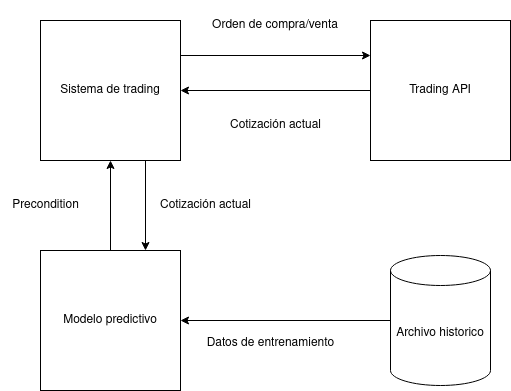
LeoCenturion/ceia-tpf keeps this draw.io diagram as docs/project/template/Figuras/bloques-tp-final.drawio.png. Above is the earlier version. Source tidied: cells renumbered, new cells last; positions are measured from the earlier drawing's top-left corner, leaving out a move shared by most shapes. The source it was exported from:
```xml
<mxGraphModel>
  <root>
    <mxCell id="0" />
    <mxCell id="1" parent="0" />
    <mxCell id="2" style="edgeStyle=orthogonalEdgeStyle;rounded=0;jettySize=auto;html=1;" parent="1" edge="1" source="3" target="6">
      <mxGeometry relative="1" as="geometry" />
    </mxCell>
    <mxCell id="3" value="Trading API" style="whiteSpace=wrap;html=1;" parent="1" vertex="1">
      <mxGeometry x="370" y="20" width="140" height="140" as="geometry" />
    </mxCell>
    <mxCell id="4" style="edgeStyle=orthogonalEdgeStyle;rounded=0;jettySize=auto;html=1;exitX=1;exitY=0.25;exitDx=0;exitDy=0;entryX=0;entryY=0.25;entryDx=0;entryDy=0;" parent="1" edge="1" source="6" target="3">
      <mxGeometry relative="1" as="geometry" />
    </mxCell>
    <mxCell id="5" style="edgeStyle=orthogonalEdgeStyle;rounded=0;jettySize=auto;html=1;exitX=0.75;exitY=1;exitDx=0;exitDy=0;entryX=0.75;entryY=0;entryDx=0;entryDy=0;" parent="1" edge="1" source="6" target="8">
      <mxGeometry relative="1" as="geometry" />
    </mxCell>
    <mxCell id="6" value="Sistema de trading" style="whiteSpace=wrap;html=1;" parent="1" vertex="1">
      <mxGeometry x="40" y="20" width="140" height="140" as="geometry" />
    </mxCell>
    <mxCell id="7" style="edgeStyle=orthogonalEdgeStyle;rounded=0;jettySize=auto;html=1;entryX=0.5;entryY=1;entryDx=0;entryDy=0;" parent="1" edge="1" source="8" target="6">
      <mxGeometry relative="1" as="geometry" />
    </mxCell>
    <mxCell id="8" value="Modelo predictivo" style="whiteSpace=wrap;html=1;" parent="1" vertex="1">
      <mxGeometry x="40" y="250" width="140" height="140" as="geometry" />
    </mxCell>
    <mxCell id="9" value="Orden de compra/venta" style="text;html=1;align=center;verticalAlign=middle;whiteSpace=wrap;rounded=0;" parent="1" vertex="1">
      <mxGeometry x="210" width="130" height="50" as="geometry" />
    </mxCell>
    <mxCell id="10" value="Cotización actual" style="text;html=1;align=center;verticalAlign=middle;strokeColor=none;fillColor=none;" parent="1" vertex="1">
      <mxGeometry x="220" y="110" width="110" height="30" as="geometry" />
    </mxCell>
    <mxCell id="11" value="Cotización actual" style="text;html=1;align=center;verticalAlign=middle;strokeColor=none;fillColor=none;" parent="1" vertex="1">
      <mxGeometry x="150" y="190" width="110" height="30" as="geometry" />
    </mxCell>
    <mxCell id="12" value="Precondition" style="text;html=1;align=center;verticalAlign=middle;strokeColor=none;fillColor=none;" parent="1" vertex="1">
      <mxGeometry y="190" width="90" height="30" as="geometry" />
    </mxCell>
    <mxCell id="13" style="edgeStyle=orthogonalEdgeStyle;rounded=0;jettySize=auto;html=1;" parent="1" edge="1" source="14" target="8">
      <mxGeometry relative="1" as="geometry" />
    </mxCell>
    <mxCell id="14" value="Archivo historico" style="shape=cylinder3;whiteSpace=wrap;html=1;boundedLbl=1;backgroundOutline=1;size=15;" parent="1" vertex="1">
      <mxGeometry x="390" y="255" width="100" height="130" as="geometry" />
    </mxCell>
    <mxCell id="15" value="Datos de entrenamiento" style="text;html=1;align=center;verticalAlign=middle;strokeColor=none;fillColor=none;" parent="1" vertex="1">
      <mxGeometry x="195" y="328" width="150" height="30" as="geometry" />
    </mxCell>
  </root>
</mxGraphModel>
```
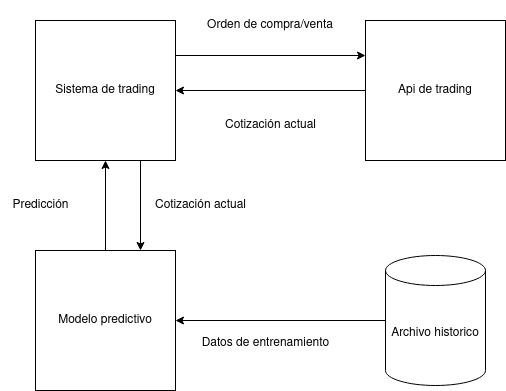
After the change.

Change to the diagram source:
```diff
@@ -5,7 +5,7 @@
     <mxCell id="2" style="edgeStyle=orthogonalEdgeStyle;rounded=0;jettySize=auto;html=1;" parent="1" edge="1" source="3" target="6">
       <mxGeometry relative="1" as="geometry" />
     </mxCell>
-    <mxCell id="3" value="Trading API" style="whiteSpace=wrap;html=1;" parent="1" vertex="1">
+    <mxCell id="3" value="Api de trading" style="whiteSpace=wrap;html=1;" parent="1" vertex="1">
       <mxGeometry x="370" y="20" width="140" height="140" as="geometry" />
     </mxCell>
     <mxCell id="4" style="edgeStyle=orthogonalEdgeStyle;rounded=0;jettySize=auto;html=1;exitX=1;exitY=0.25;exitDx=0;exitDy=0;entryX=0;entryY=0.25;entryDx=0;entryDy=0;" parent="1" edge="1" source="6" target="3">
@@ -32,8 +32,8 @@
     <mxCell id="11" value="Cotización actual" style="text;html=1;align=center;verticalAlign=middle;strokeColor=none;fillColor=none;" parent="1" vertex="1">
       <mxGeometry x="150" y="190" width="110" height="30" as="geometry" />
     </mxCell>
-    <mxCell id="12" value="Precondition" style="text;html=1;align=center;verticalAlign=middle;strokeColor=none;fillColor=none;" parent="1" vertex="1">
-      <mxGeometry y="190" width="90" height="30" as="geometry" />
+    <mxCell id="12" value="Predicción" style="text;html=1;align=center;verticalAlign=middle;strokeColor=none;fillColor=none;" parent="1" vertex="1">
+      <mxGeometry x="5" y="190" width="80" height="30" as="geometry" />
     </mxCell>
     <mxCell id="13" style="edgeStyle=orthogonalEdgeStyle;rounded=0;jettySize=auto;html=1;" parent="1" edge="1" source="14" target="8">
       <mxGeometry relative="1" as="geometry" />
```
